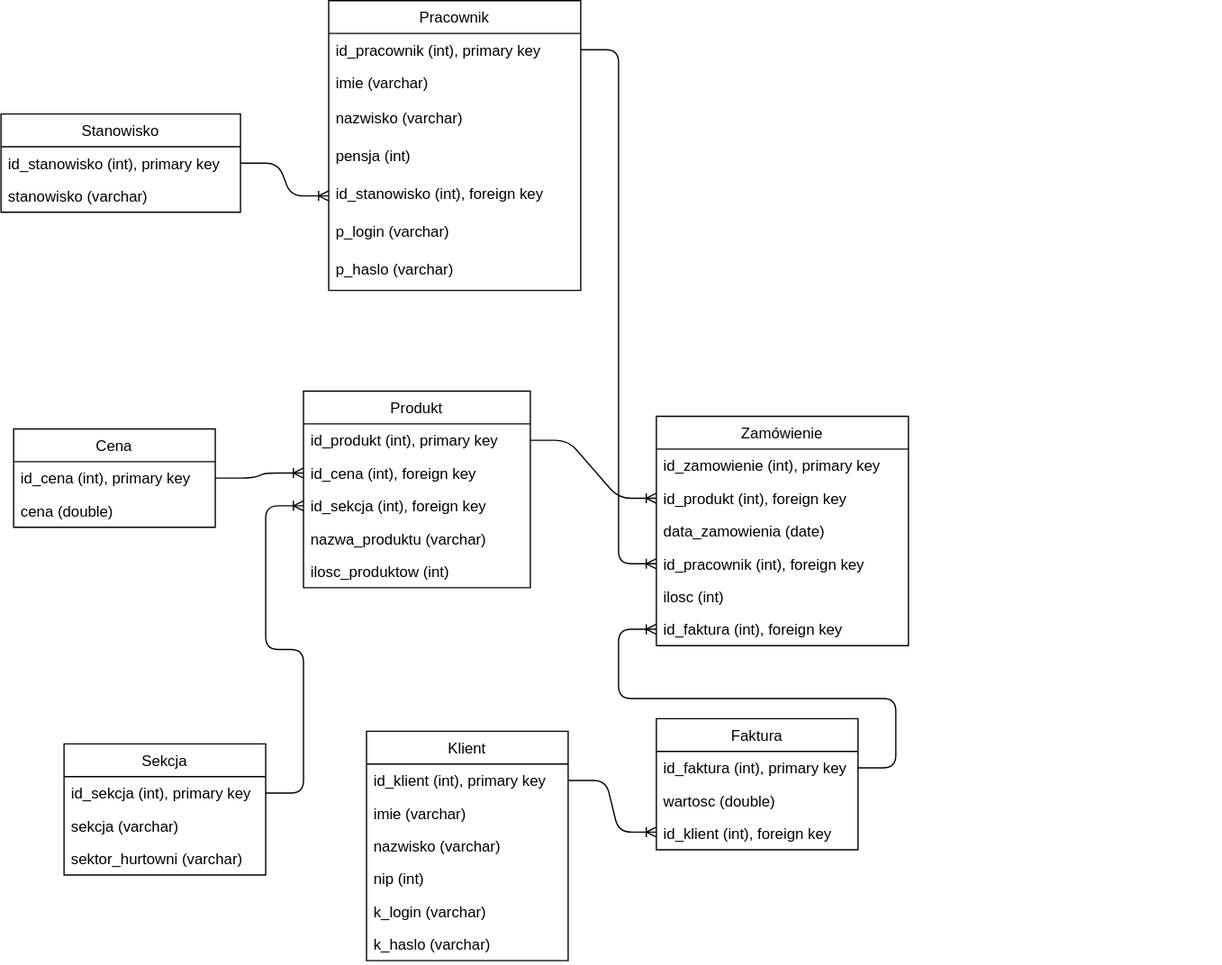
This is resources/projekt.svg from aleksos54/db2020-project-hurtownia-sp, a draw.io export, as it was before one commit. Source tidied: cells renumbered, new cells last; positions are measured from the earlier drawing's top-left corner, leaving out a move shared by most shapes.
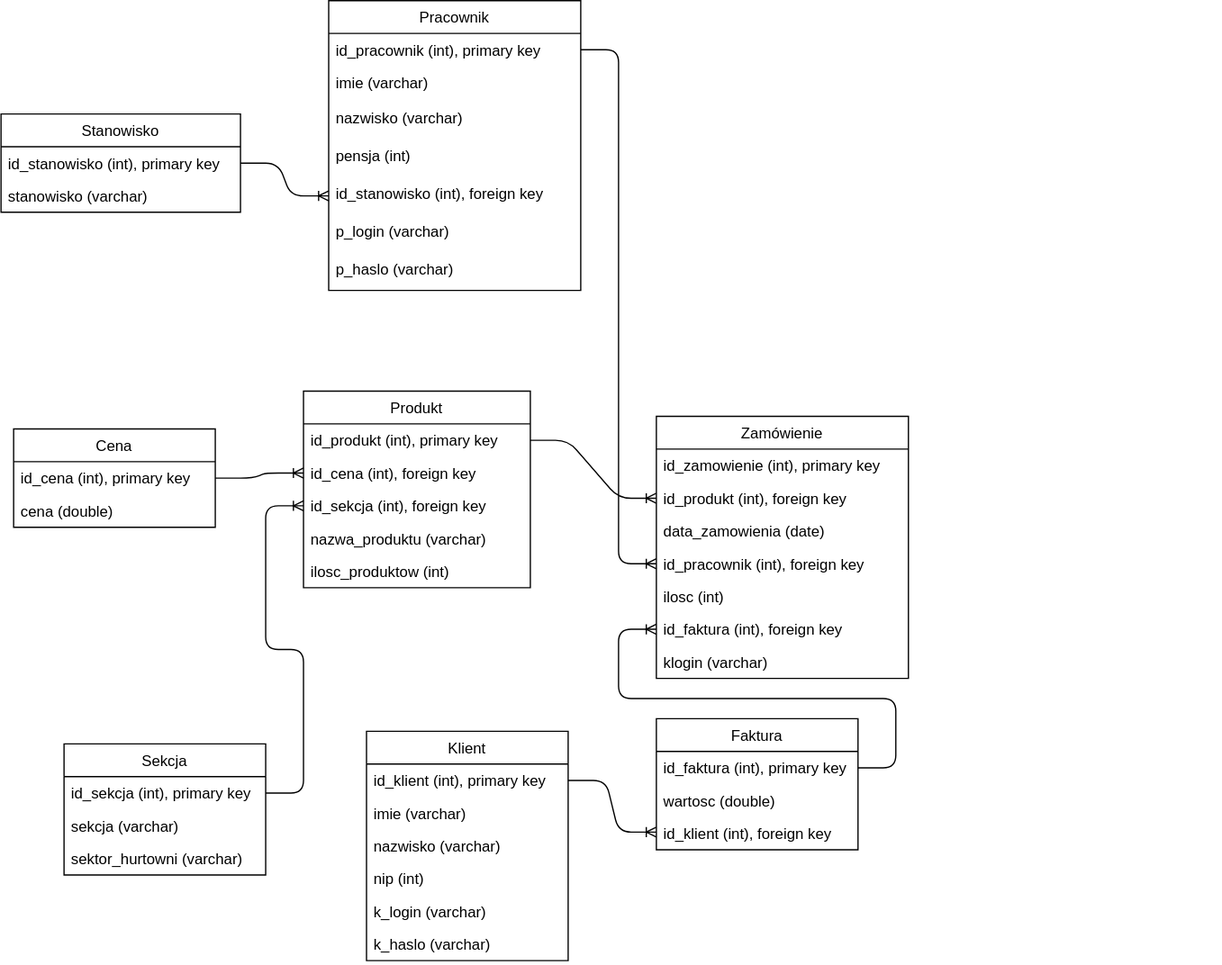
The same file after the commit.

Commit message:
aktualizacja schematu

What changed in the source:
```diff
@@ -11,7 +11,7 @@
       <mxGeometry relative="1" as="geometry" />
     </mxCell>
     <mxCell id="4" value="Zamówienie" style="swimlane;fontStyle=0;horizontal=1;startSize=26;fillColor=none;" parent="1" vertex="1">
-      <mxGeometry x="520" y="330" width="200" height="182" as="geometry" />
+      <mxGeometry x="520" y="330" width="200" height="208" as="geometry" />
     </mxCell>
     <mxCell id="5" value="id_zamowienie (int), primary key" style="text;strokeColor=none;fillColor=none;align=left;verticalAlign=top;spacingLeft=4;spacingRight=4;overflow=hidden;" parent="4" vertex="1">
       <mxGeometry y="26" width="200" height="26" as="geometry" />
@@ -31,6 +31,9 @@
     <mxCell id="10" value="id_faktura (int), foreign key" style="text;strokeColor=none;fillColor=none;align=left;verticalAlign=top;spacingLeft=4;spacingRight=4;overflow=hidden;points=[[0,0.5],[1,0.5]];portConstraint=eastwest;" parent="4" vertex="1">
       <mxGeometry y="156" width="200" height="26" as="geometry" />
     </mxCell>
+    <mxCell id="53" value="klogin (varchar)" style="text;strokeColor=none;fillColor=none;align=left;verticalAlign=top;spacingLeft=4;spacingRight=4;overflow=hidden;" parent="4" vertex="1">
+      <mxGeometry y="182" width="200" height="26" as="geometry" />
+    </mxCell>
     <mxCell id="11" value="Produkt" style="swimlane;fontStyle=0;horizontal=1;startSize=26;fillColor=none;" parent="1" vertex="1">
       <mxGeometry x="240" y="310" width="180" height="156" as="geometry" />
     </mxCell>
```
